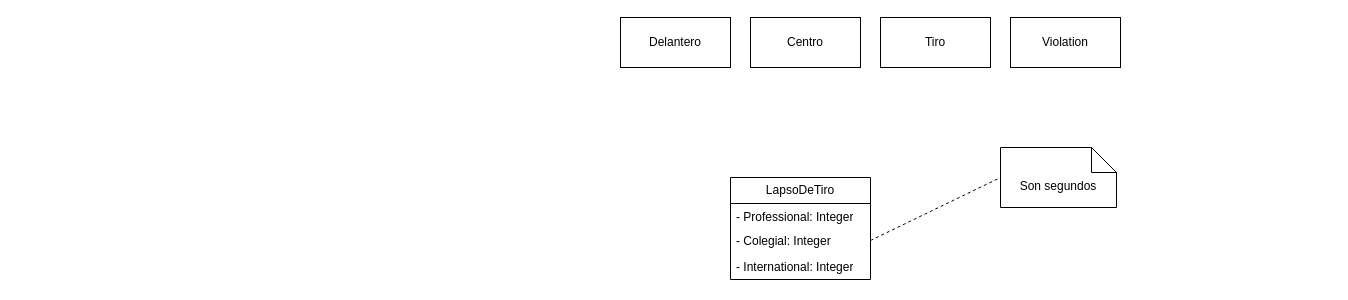
Above: BaseDeDatos/ej1UML.drawio in Donnie-MS/DiagramasUML-BaseDeDatos-Objetos2 (draw.io), before the change. Source tidied: cells renumbered, new cells numbered last; positions are measured from the earlier drawing's top-left corner, leaving out a move shared by most shapes. Both pictures are drawn from the tidied source at 100%, with x=0, y=0 at pixel (620, 17).
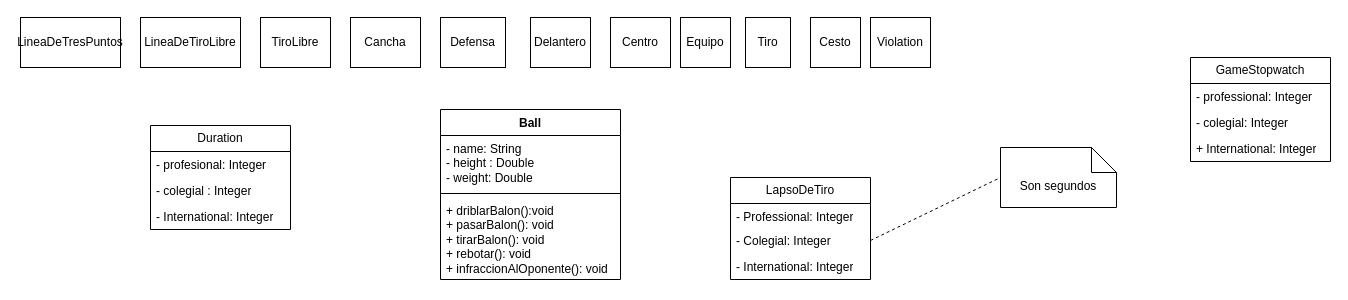
Above is the later version.

What changed in the source:
```diff
@@
     <mxCell id="2" value="Delantero" style="html=1;whiteSpace=wrap;" parent="1" vertex="1">
-      <mxGeometry width="110" height="50" as="geometry" />
+      <mxGeometry x="-90" width="60" height="50" as="geometry" />
     </mxCell>
     <mxCell id="3" value="Centro" style="html=1;whiteSpace=wrap;" parent="1" vertex="1">
-      <mxGeometry x="130" width="110" height="50" as="geometry" />
+      <mxGeometry x="-10" width="60" height="50" as="geometry" />
     </mxCell>
     <mxCell id="4" value="Tiro" style="html=1;whiteSpace=wrap;" parent="1" vertex="1">
-      <mxGeometry x="260" width="110" height="50" as="geometry" />
+      <mxGeometry x="125" width="45" height="50" as="geometry" />
     </mxCell>
     <mxCell id="5" value="Violation" style="html=1;whiteSpace=wrap;" parent="1" vertex="1">
-      <mxGeometry x="390" width="110" height="50" as="geometry" />
+      <mxGeometry x="250" width="60" height="50" as="geometry" />
     </mxCell>
@@
+    <mxCell id="12" value="GameStopwatch" style="swimlane;fontStyle=0;horizontal=1;startSize=26;fillColor=none;whiteSpace=wrap;html=1;" parent="1" vertex="1">
+      <mxGeometry x="570" y="40" width="140" height="104" as="geometry" />
+    </mxCell>
+    <mxCell id="13" value="- professional: Integer" style="text;strokeColor=none;fillColor=none;align=left;verticalAlign=top;spacingLeft=4;spacingRight=4;overflow=hidden;whiteSpace=wrap;html=1;" parent="12" vertex="1">
+      <mxGeometry y="26" width="140" height="26" as="geometry" />
+    </mxCell>
+    <mxCell id="14" value="- colegial: Integer" style="text;strokeColor=none;fillColor=none;align=left;verticalAlign=top;spacingLeft=4;spacingRight=4;overflow=hidden;whiteSpace=wrap;html=1;" parent="12" vertex="1">
+      <mxGeometry y="52" width="140" height="26" as="geometry" />
+    </mxCell>
+    <mxCell id="15" value="+ International: Integer" style="text;strokeColor=none;fillColor=none;align=left;verticalAlign=top;spacingLeft=4;spacingRight=4;overflow=hidden;whiteSpace=wrap;html=1;" parent="12" vertex="1">
+      <mxGeometry y="78" width="140" height="26" as="geometry" />
+    </mxCell>
+    <mxCell id="16" value="Ball" style="swimlane;fontStyle=1;align=center;verticalAlign=top;horizontal=1;startSize=26;whiteSpace=wrap;html=1;" parent="1" vertex="1">
+      <mxGeometry x="-180" y="92" width="180" height="170" as="geometry" />
+    </mxCell>
+    <mxCell id="17" value="- name: String&lt;div&gt;- height : Double&lt;/div&gt;&lt;div&gt;- weight: Double&amp;nbsp;&lt;/div&gt;" style="text;strokeColor=none;fillColor=none;align=left;verticalAlign=top;spacingLeft=4;spacingRight=4;overflow=hidden;whiteSpace=wrap;html=1;" parent="16" vertex="1">
+      <mxGeometry y="26" width="180" height="54" as="geometry" />
+    </mxCell>
+    <mxCell id="18" style="line;strokeWidth=1;fillColor=none;align=left;verticalAlign=middle;spacingTop=-1;spacingLeft=3;spacingRight=3;labelPosition=right;strokeColor=inherit;" parent="16" vertex="1">
+      <mxGeometry y="80" width="180" height="8" as="geometry" />
+    </mxCell>
+    <mxCell id="19" value="+ driblarBalon():void&lt;div&gt;+ pasarBalon(): void&lt;/div&gt;&lt;div&gt;+ tirarBalon(): void&lt;/div&gt;&lt;div&gt;+ rebotar(): void&lt;/div&gt;&lt;div&gt;+ infraccionAlOponente(): void&lt;/div&gt;" style="text;strokeColor=none;fillColor=none;align=left;verticalAlign=top;spacingLeft=4;spacingRight=4;overflow=hidden;whiteSpace=wrap;html=1;" parent="16" vertex="1">
+      <mxGeometry y="88" width="180" height="82" as="geometry" />
+    </mxCell>
+    <mxCell id="20" value="Defensa" style="html=1;whiteSpace=wrap;" parent="1" vertex="1">
+      <mxGeometry x="-180" width="65" height="50" as="geometry" />
+    </mxCell>
+    <mxCell id="21" value="Equipo" style="html=1;whiteSpace=wrap;" parent="1" vertex="1">
+      <mxGeometry x="60" width="50" height="50" as="geometry" />
+    </mxCell>
+    <mxCell id="22" value="Cesto" style="html=1;whiteSpace=wrap;" parent="1" vertex="1">
+      <mxGeometry x="190" width="50" height="50" as="geometry" />
+    </mxCell>
+    <mxCell id="23" value="Cancha" style="html=1;whiteSpace=wrap;" parent="1" vertex="1">
+      <mxGeometry x="-270" width="70" height="50" as="geometry" />
+    </mxCell>
+    <mxCell id="24" value="TiroLibre" style="html=1;whiteSpace=wrap;" parent="1" vertex="1">
+      <mxGeometry x="-360" width="70" height="50" as="geometry" />
+    </mxCell>
+    <mxCell id="25" value="LineaDeTiroLibre" style="html=1;whiteSpace=wrap;" parent="1" vertex="1">
+      <mxGeometry x="-480" width="100" height="50" as="geometry" />
+    </mxCell>
+    <mxCell id="26" value="LineaDeTresPuntos" style="html=1;whiteSpace=wrap;" parent="1" vertex="1">
+      <mxGeometry x="-600" width="100" height="50" as="geometry" />
+    </mxCell>
+    <mxCell id="27" value="Duration" style="swimlane;fontStyle=0;horizontal=1;startSize=26;fillColor=none;whiteSpace=wrap;html=1;" parent="1" vertex="1">
+      <mxGeometry x="-470" y="108" width="140" height="104" as="geometry" />
+    </mxCell>
+    <mxCell id="28" value="- profesional: Integer" style="text;strokeColor=none;fillColor=none;align=left;verticalAlign=top;spacingLeft=4;spacingRight=4;overflow=hidden;whiteSpace=wrap;html=1;" parent="27" vertex="1">
+      <mxGeometry y="26" width="140" height="26" as="geometry" />
+    </mxCell>
+    <mxCell id="29" value="- colegial : Integer" style="text;strokeColor=none;fillColor=none;align=left;verticalAlign=top;spacingLeft=4;spacingRight=4;overflow=hidden;whiteSpace=wrap;html=1;" parent="27" vertex="1">
+      <mxGeometry y="52" width="140" height="26" as="geometry" />
+    </mxCell>
+    <mxCell id="30" value="- International: Integer" style="text;strokeColor=none;fillColor=none;align=left;verticalAlign=top;spacingLeft=4;spacingRight=4;overflow=hidden;whiteSpace=wrap;html=1;" parent="27" vertex="1">
+      <mxGeometry y="78" width="140" height="26" as="geometry" />
+    </mxCell>
```
